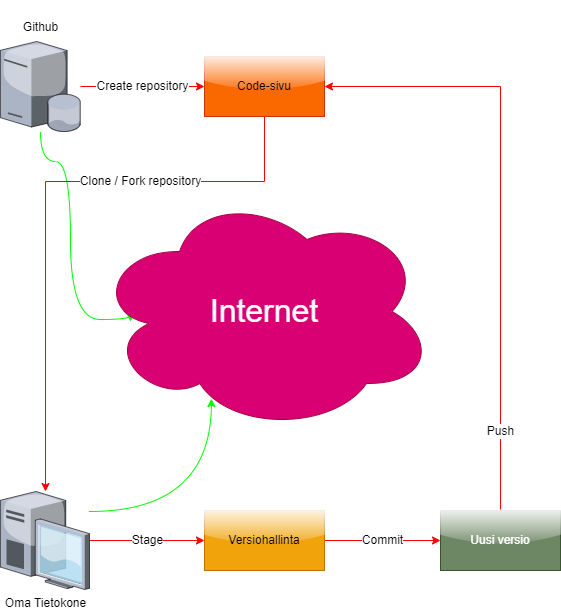
Above: docs/Pictures/Versiohallinta.png in PetteriRauhala/Start (draw.io), before the change. Source tidied: cells renumbered, new cells last; positions are measured from the earlier drawing's top-left corner, leaving out a move shared by most shapes.
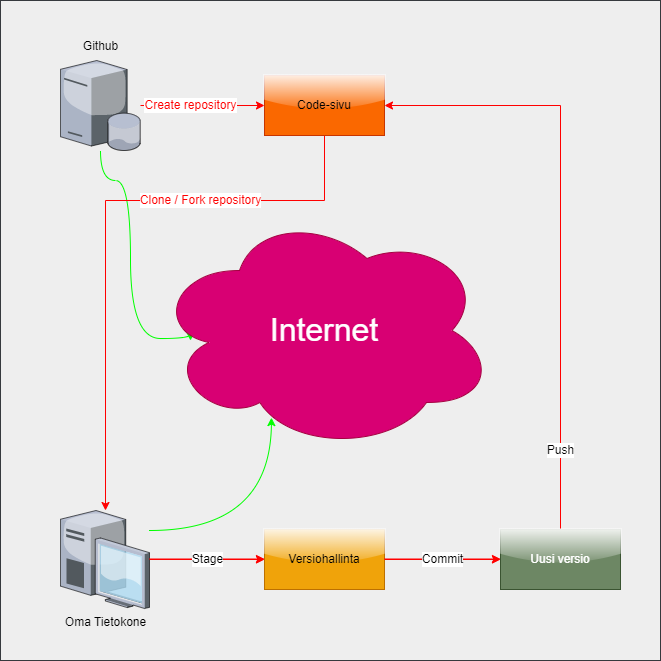
After the change.

Commit message:
Lisätty tumma tausta

Vaihdetu kaavioon tumma tausta

Change to the diagram source:
```diff
@@ -2,8 +2,11 @@
   <root>
     <mxCell id="0" />
     <mxCell id="1" parent="0" />
+    <mxCell id="15" style="rounded=0;whiteSpace=wrap;html=1;shadow=0;glass=0;sketch=0;fontSize=32;fillColor=#eeeeee;strokeColor=#36393d;" parent="1" vertex="1">
+      <mxGeometry x="-60" y="-60" width="660" height="660" as="geometry" />
+    </mxCell>
-    <mxCell id="2" value="Create repository" style="edgeStyle=orthogonalEdgeStyle;rounded=0;jettySize=auto;html=1;fontSize=12;strokeColor=#FF0000;" parent="1" edge="1" source="4" target="13">
-      <mxGeometry relative="1" as="geometry" />
+    <mxCell id="2" value="&lt;font color=&quot;#ff0000&quot;&gt;Create repository&lt;/font&gt;" style="edgeStyle=orthogonalEdgeStyle;rounded=0;jettySize=auto;html=1;fontSize=12;strokeColor=#FF0000;" parent="1" edge="1" source="4" target="13">
+      <mxGeometry x="-0.19" relative="1" as="geometry" />
     </mxCell>
     <mxCell id="3" style="edgeStyle=orthogonalEdgeStyle;jettySize=auto;html=1;strokeColor=#00FF00;fontSize=12;curved=1;entryX=0.106;entryY=0.542;entryDx=0;entryDy=0;entryPerimeter=0;" parent="1" edge="1" source="4" target="14">
       <mxGeometry relative="1" as="geometry">
@@ -47,7 +50,7 @@
     <mxCell id="11" value="Uusi versio" style="rounded=0;whiteSpace=wrap;html=1;fontSize=12;fillColor=#6d8764;strokeColor=#3A5431;fontColor=#ffffff;glass=1;shadow=0;" parent="1" vertex="1">
       <mxGeometry x="440" y="469" width="120" height="60" as="geometry" />
     </mxCell>
-    <mxCell id="12" value="Clone / Fork repository" style="edgeStyle=orthogonalEdgeStyle;rounded=0;jettySize=auto;html=1;fontSize=12;strokeColor=#FF0000;" parent="1" edge="1" source="13" target="7">
+    <mxCell id="12" value="&lt;font color=&quot;#ff0000&quot;&gt;Clone / Fork repository&lt;/font&gt;" style="edgeStyle=orthogonalEdgeStyle;rounded=0;jettySize=auto;html=1;fontSize=12;strokeColor=#FF0000;" parent="1" edge="1" source="13" target="7">
       <mxGeometry x="-0.36" relative="1" as="geometry">
         <Array as="points">
           <mxPoint x="264" y="140" />
@@ -61,5 +64,17 @@
     <mxCell id="14" value="&lt;font style=&quot;font-size: 32px;&quot;&gt;Internet&lt;/font&gt;" style="ellipse;shape=cloud;whiteSpace=wrap;html=1;rounded=0;shadow=0;glass=1;fontSize=12;fillColor=#D80073;fontColor=#ffffff;strokeColor=#A50040;" parent="1" vertex="1">
       <mxGeometry x="94" y="150" width="340" height="240" as="geometry" />
     </mxCell>
+    <mxCell id="16" value="Stage" style="edgeStyle=orthogonalEdgeStyle;rounded=0;orthogonalLoop=1;jettySize=auto;html=1;fontSize=12;strokeColor=#FF0000;" parent="1" edge="1">
+      <mxGeometry relative="1" as="geometry">
+        <mxPoint x="89" y="498.5" as="sourcePoint" />
+        <mxPoint x="204" y="498.5" as="targetPoint" />
+      </mxGeometry>
+    </mxCell>
+    <mxCell id="17" value="Commit" style="edgeStyle=orthogonalEdgeStyle;rounded=0;orthogonalLoop=1;jettySize=auto;html=1;fontSize=12;strokeColor=#FF0000;" parent="1" edge="1">
+      <mxGeometry relative="1" as="geometry">
+        <mxPoint x="324" y="498.5" as="sourcePoint" />
+        <mxPoint x="440" y="498.5" as="targetPoint" />
+      </mxGeometry>
+    </mxCell>
   </root>
 </mxGraphModel>
```
